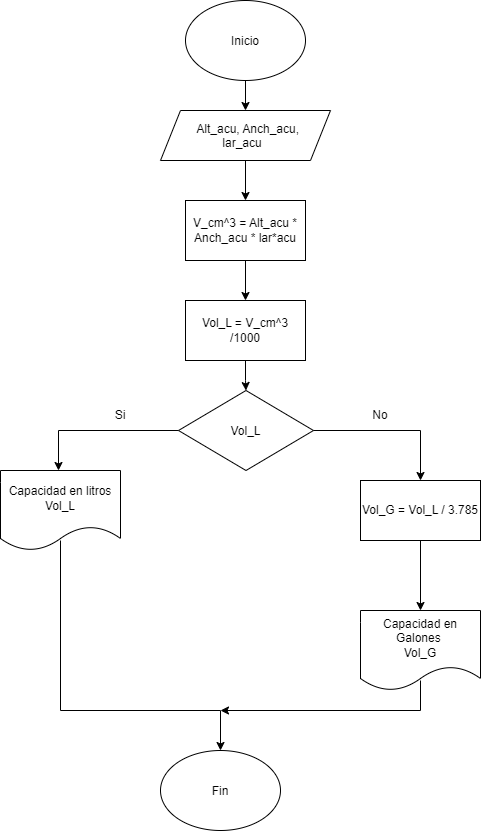
Before: Diagramadelacuadrio.png, a diagram exported from draw.io (Sofia2412-svg/IsabelSofiaRojasGeney_Unidad2). Source tidied: cells renumbered, new cells last; positions are measured from the earlier drawing's top-left corner, leaving out a move shared by most shapes. The source it was exported from:
```xml
<mxGraphModel>
  <root>
    <mxCell id="0" />
    <mxCell id="1" parent="0" />
    <mxCell id="2" style="edgeStyle=orthogonalEdgeStyle;rounded=0;jettySize=auto;html=1;" parent="1" edge="1" source="3" target="5">
      <mxGeometry relative="1" as="geometry" />
    </mxCell>
    <mxCell id="3" value="Inicio" style="ellipse;whiteSpace=wrap;html=1;shapeInside=1;" parent="1" vertex="1">
      <mxGeometry x="185" width="120" height="80" as="geometry" />
    </mxCell>
    <mxCell id="4" style="edgeStyle=orthogonalEdgeStyle;rounded=0;jettySize=auto;html=1;" parent="1" edge="1" source="5" target="10">
      <mxGeometry relative="1" as="geometry" />
    </mxCell>
    <mxCell id="5" value="Alt_acu, Anch_acu, lar_acu" style="shape=parallelogram;perimeter=parallelogramPerimeter;whiteSpace=wrap;html=1;shapeInside=1;fixedSize=1;" parent="1" vertex="1">
      <mxGeometry x="160" y="110" width="170" height="50" as="geometry" />
    </mxCell>
    <mxCell id="6" value="Vol_L" style="rhombus;whiteSpace=wrap;html=1;shapeInside=1;" parent="1" vertex="1">
      <mxGeometry x="178" y="390" width="135" height="80" as="geometry" />
    </mxCell>
    <mxCell id="7" style="endArrow=classic;html=1;rounded=0;" parent="1" edge="1" target="17">
      <mxGeometry relative="1" as="geometry">
        <mxPoint x="313" y="430" as="sourcePoint" />
        <Array as="points">
          <mxPoint x="420" y="430" />
        </Array>
      </mxGeometry>
    </mxCell>
    <mxCell id="8" style="endArrow=classic;html=1;rounded=0;" parent="1" edge="1">
      <mxGeometry relative="1" as="geometry">
        <mxPoint x="178" y="430" as="sourcePoint" />
        <mxPoint x="58" y="470" as="targetPoint" />
        <Array as="points">
          <mxPoint x="58" y="430" />
        </Array>
      </mxGeometry>
    </mxCell>
    <mxCell id="9" style="edgeStyle=orthogonalEdgeStyle;rounded=0;jettySize=auto;html=1;" parent="1" edge="1" source="10" target="12">
      <mxGeometry relative="1" as="geometry" />
    </mxCell>
    <mxCell id="10" value="V_cm^3 = Alt_acu * Anch_acu * lar*acu" style="whiteSpace=wrap;html=1;" parent="1" vertex="1">
      <mxGeometry x="185" y="200" width="120" height="60" as="geometry" />
    </mxCell>
    <mxCell id="11" style="edgeStyle=orthogonalEdgeStyle;rounded=0;jettySize=auto;html=1;" parent="1" edge="1" source="12" target="6">
      <mxGeometry relative="1" as="geometry" />
    </mxCell>
    <mxCell id="12" value="Vol_L = V_cm^3 /1000" style="whiteSpace=wrap;html=1;" parent="1" vertex="1">
      <mxGeometry x="185" y="300" width="120" height="60" as="geometry" />
    </mxCell>
    <mxCell id="13" value="Si" style="text;html=1;whiteSpace=wrap;strokeColor=none;fillColor=none;align=center;verticalAlign=middle;rounded=0;" parent="1" vertex="1">
      <mxGeometry x="90" y="400" width="60" height="30" as="geometry" />
    </mxCell>
    <mxCell id="14" value="No" style="text;html=1;whiteSpace=wrap;strokeColor=none;fillColor=none;align=center;verticalAlign=middle;rounded=0;" parent="1" vertex="1">
      <mxGeometry x="350" y="400" width="60" height="30" as="geometry" />
    </mxCell>
    <mxCell id="15" value="Capacidad en litros Vol_L" style="shape=document;whiteSpace=wrap;html=1;boundedLbl=1;" parent="1" vertex="1">
      <mxGeometry y="470" width="120" height="80" as="geometry" />
    </mxCell>
    <mxCell id="16" style="edgeStyle=orthogonalEdgeStyle;rounded=0;jettySize=auto;html=1;" parent="1" edge="1" source="17" target="18">
      <mxGeometry relative="1" as="geometry" />
    </mxCell>
    <mxCell id="17" value="Vol_G = Vol_L / 3.785" style="rounded=0;whiteSpace=wrap;html=1;" parent="1" vertex="1">
      <mxGeometry x="360" y="480" width="120" height="60" as="geometry" />
    </mxCell>
    <mxCell id="18" value="Capacidad en Galones&amp;nbsp;&lt;div&gt;Vol_G&lt;/div&gt;" style="shape=document;whiteSpace=wrap;html=1;boundedLbl=1;rounded=0;" parent="1" vertex="1">
      <mxGeometry x="360" y="610" width="120" height="80" as="geometry" />
    </mxCell>
    <mxCell id="19" style="endArrow=classic;html=1;rounded=0;" parent="1" edge="1">
      <mxGeometry relative="1" as="geometry">
        <mxPoint x="60" y="540" as="sourcePoint" />
        <mxPoint x="220" y="750" as="targetPoint" />
        <Array as="points">
          <mxPoint x="60" y="710" />
          <mxPoint x="220" y="710" />
        </Array>
      </mxGeometry>
    </mxCell>
    <mxCell id="20" style="endArrow=classic;html=1;rounded=0;" parent="1" edge="1">
      <mxGeometry relative="1" as="geometry">
        <mxPoint x="420" y="680" as="sourcePoint" />
        <mxPoint x="220" y="710" as="targetPoint" />
        <Array as="points">
          <mxPoint x="420" y="710" />
        </Array>
      </mxGeometry>
    </mxCell>
    <mxCell id="21" value="Fin" style="ellipse;whiteSpace=wrap;html=1;shapeInside=1;" parent="1" vertex="1">
      <mxGeometry x="160" y="750" width="120" height="80" as="geometry" />
    </mxCell>
  </root>
</mxGraphModel>
```
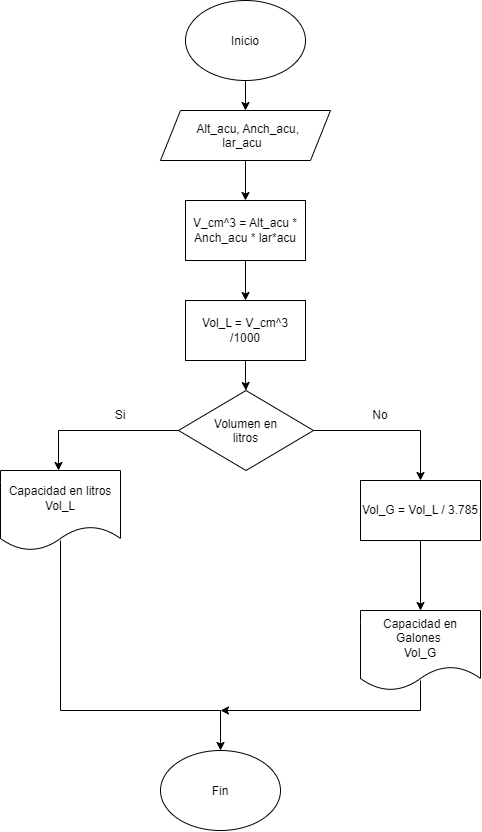
After the commit.

What changed in the source:
```diff
@@ -14,7 +14,7 @@
     <mxCell id="5" value="Alt_acu, Anch_acu, lar_acu" style="shape=parallelogram;perimeter=parallelogramPerimeter;whiteSpace=wrap;html=1;shapeInside=1;fixedSize=1;" parent="1" vertex="1">
       <mxGeometry x="160" y="110" width="170" height="50" as="geometry" />
     </mxCell>
-    <mxCell id="6" value="Vol_L" style="rhombus;whiteSpace=wrap;html=1;shapeInside=1;" parent="1" vertex="1">
+    <mxCell id="6" value="Volumen en litros" style="rhombus;whiteSpace=wrap;html=1;shapeInside=1;" parent="1" vertex="1">
       <mxGeometry x="178" y="390" width="135" height="80" as="geometry" />
     </mxCell>
     <mxCell id="7" style="endArrow=classic;html=1;rounded=0;" parent="1" edge="1" target="17">
```
